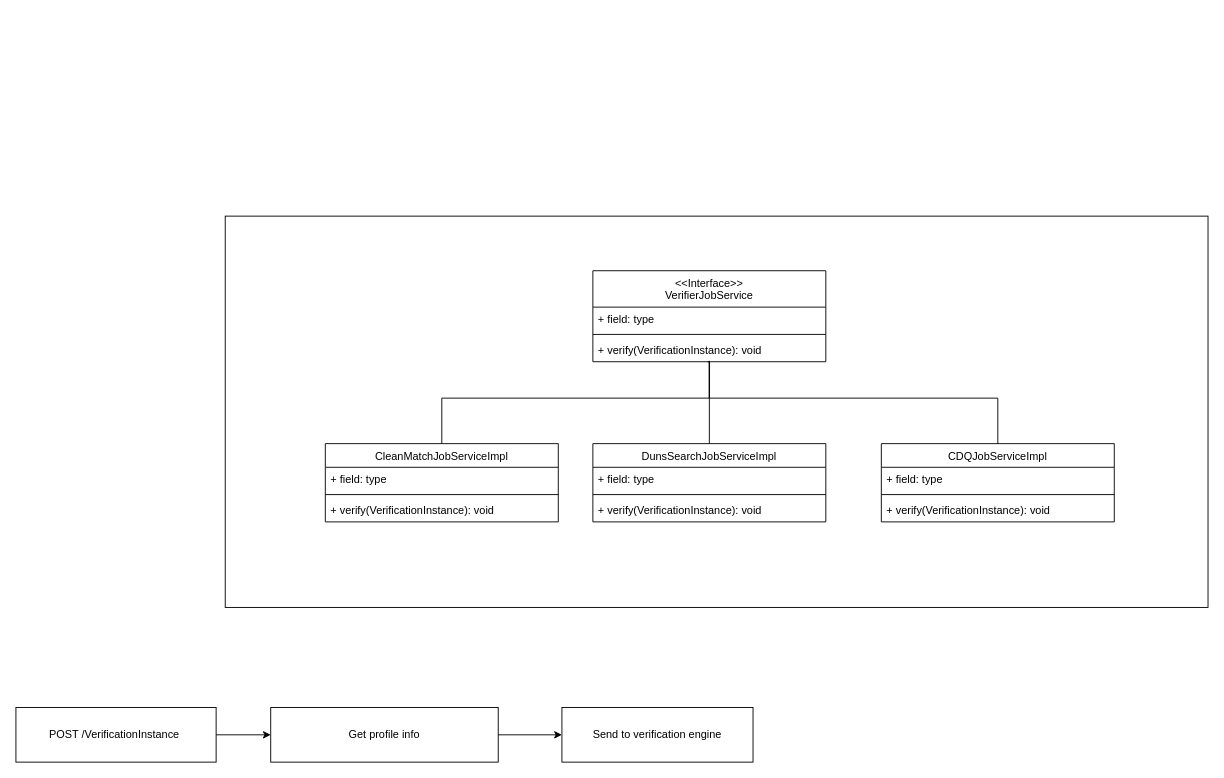
huangshijie/Drawio keeps this draw.io diagram as page "Page-8" (9 of 9) of verification_framework.drawio. Above is the earlier version. Source tidied: cells renumbered, new cells numbered last; positions are measured from the earlier drawing's top-left corner, leaving out a move shared by most shapes. Both pictures are drawn from the tidied source at 91%, with x=0, y=0 at pixel (15, 216).
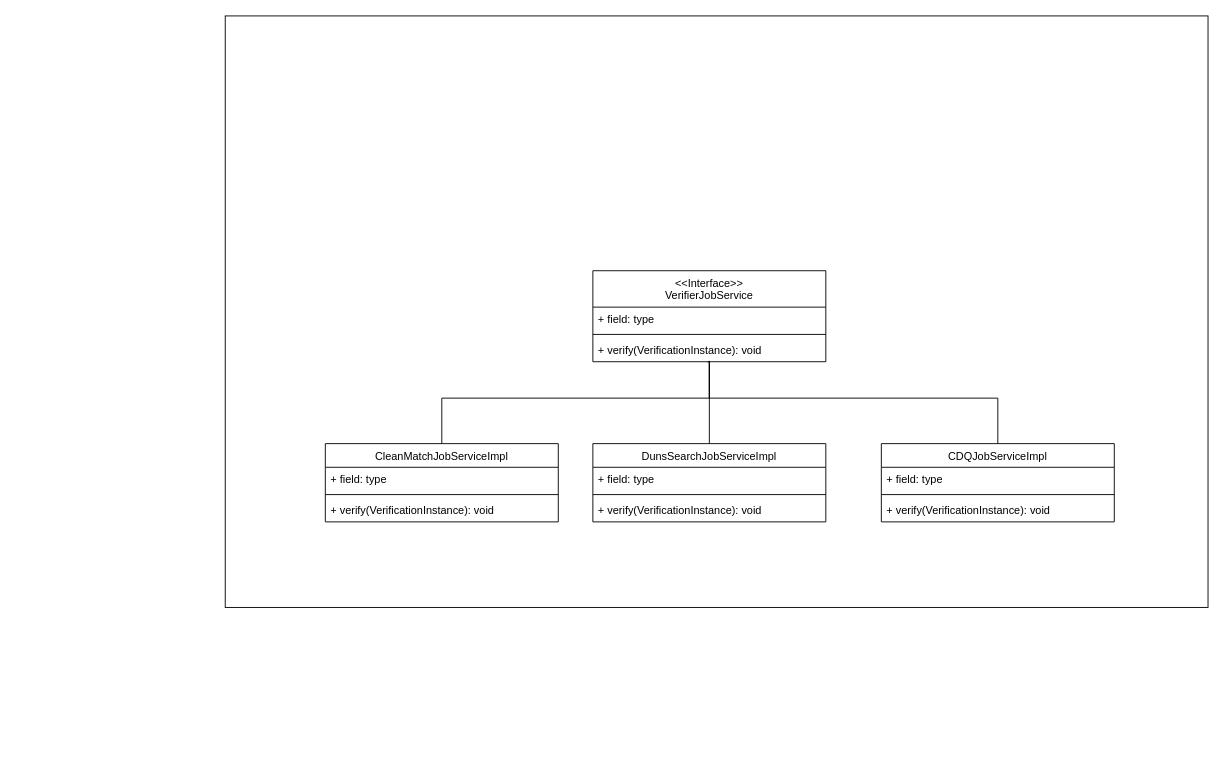
The same diagram, later.

What changed in the source:
```diff
@@
     <mxCell id="2" style="rounded=0;whiteSpace=wrap;html=1;" parent="1" vertex="1">
-      <mxGeometry x="230" width="1080" height="430" as="geometry" />
+      <mxGeometry x="230" y="-220" width="1080" height="650" as="geometry" />
     </mxCell>
@@
-    <mxCell id="22" value="POST /VerificationInstance&amp;nbsp;" style="rounded=0;whiteSpace=wrap;html=1;" parent="1" vertex="1">
-      <mxGeometry y="540" width="220" height="60" as="geometry" />
-    </mxCell>
-    <mxCell id="23" value="Get profile info" style="rounded=0;whiteSpace=wrap;html=1;" parent="1" vertex="1">
-      <mxGeometry x="280" y="540" width="250" height="60" as="geometry" />
-    </mxCell>
-    <mxCell id="24" style="endArrow=classic;html=1;rounded=0;exitX=1;exitY=0.5;exitDx=0;exitDy=0;entryX=0;entryY=0.5;entryDx=0;entryDy=0;" parent="1" edge="1" source="22" target="23">
-      <mxGeometry relative="1" as="geometry" />
-    </mxCell>
-    <mxCell id="25" value="Send to verification engine" style="rounded=0;whiteSpace=wrap;html=1;" parent="1" vertex="1">
-      <mxGeometry x="600" y="540" width="210" height="60" as="geometry" />
-    </mxCell>
-    <mxCell id="26" style="endArrow=classic;html=1;rounded=0;exitX=1;exitY=0.5;exitDx=0;exitDy=0;entryX=0;entryY=0.5;entryDx=0;entryDy=0;" parent="1" edge="1" source="23" target="25">
-      <mxGeometry relative="1" as="geometry" />
-    </mxCell>
```
